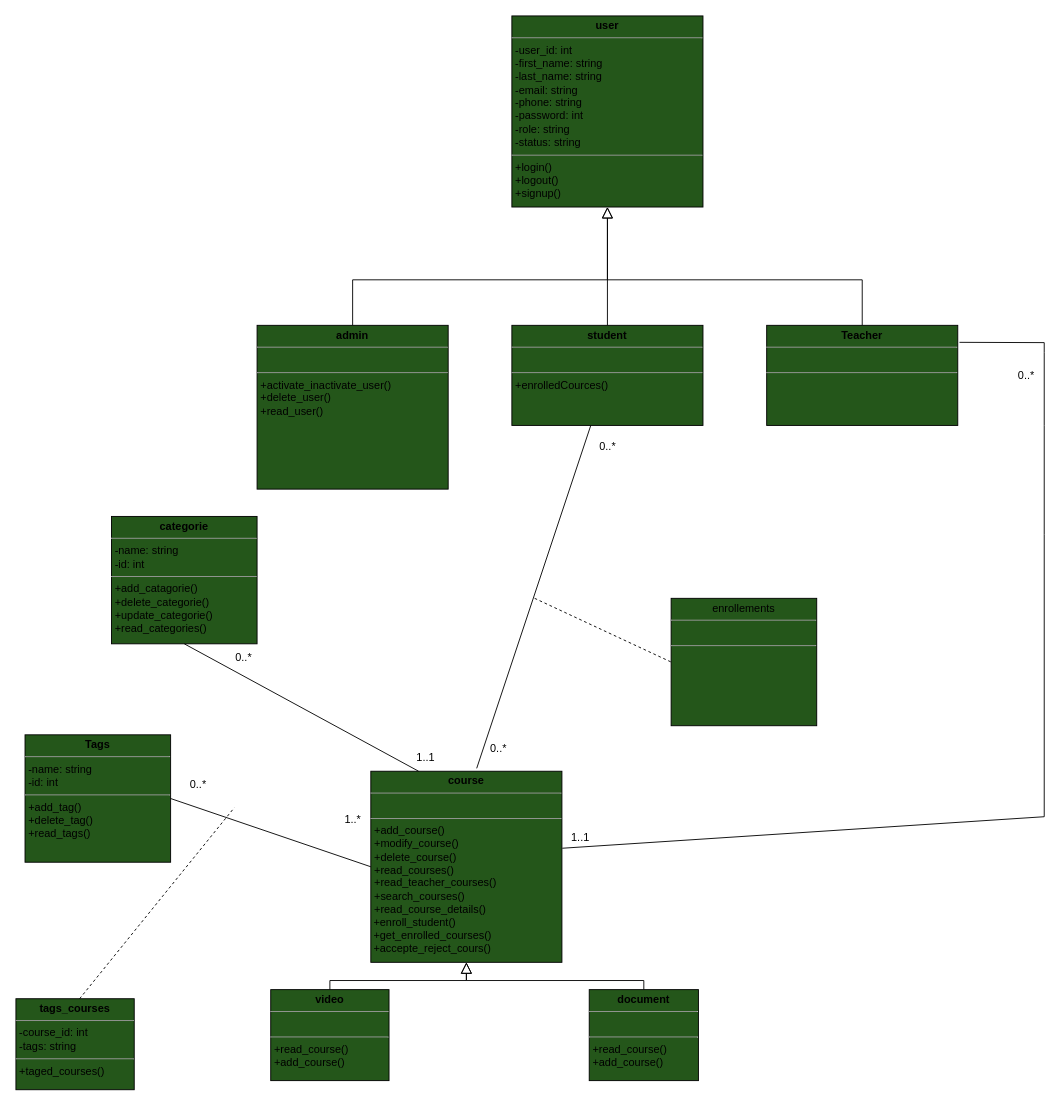
Abderrahman-Ahouari/brief-crois-e-2-Plateforme-de-Cours-en-Ligne-Youdemy keeps this draw.io diagram as UML/diagramme_de_classe.drawio. Above is the earlier version. Source tidied: cells renumbered, new cells numbered last; positions are measured from the earlier drawing's top-left corner, leaving out a move shared by most shapes. Both pictures are drawn from the tidied source at 91%, with x=0, y=0 at pixel (15, 15).
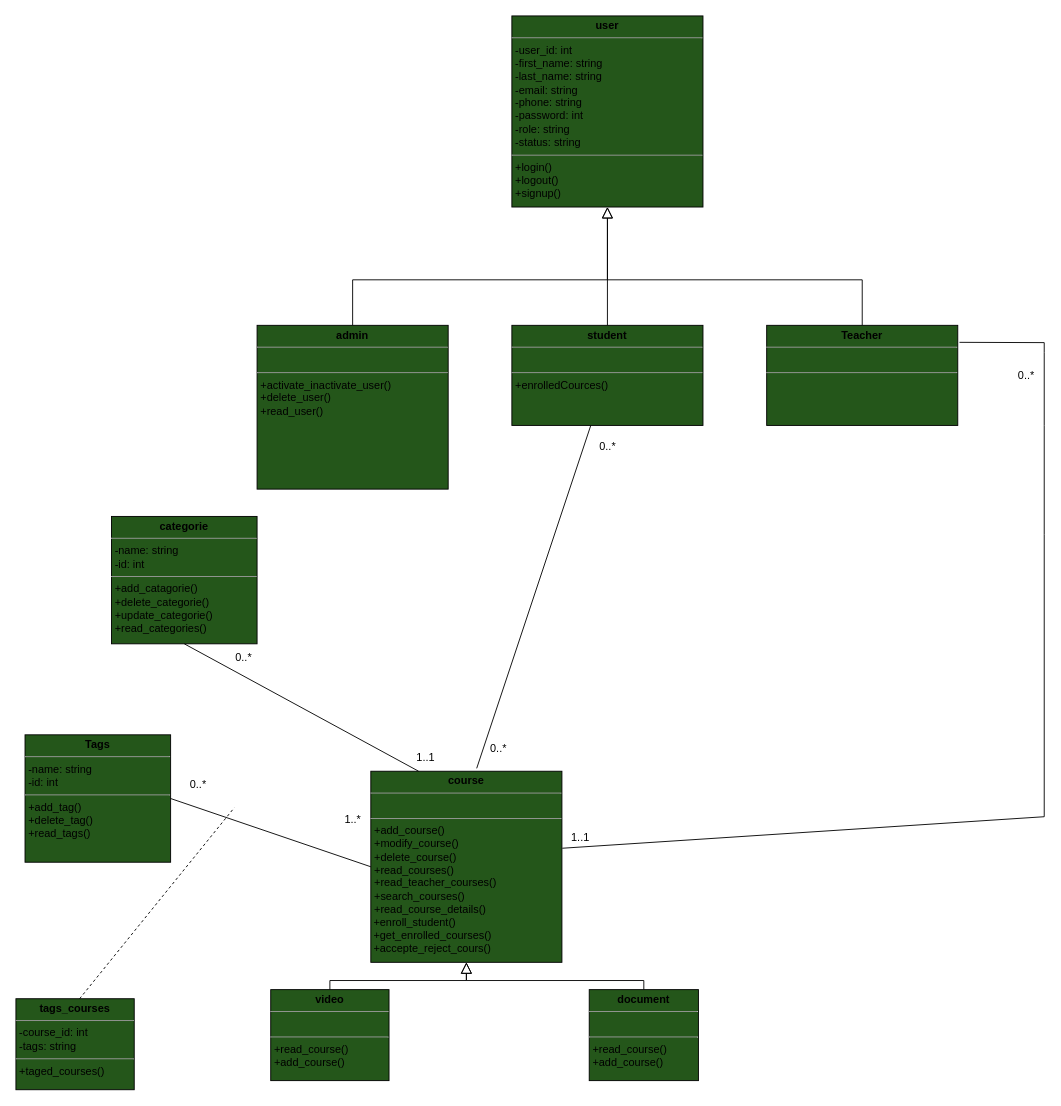
The same page after the edit.

Change to the diagram source:
```diff
@@
-    <mxCell id="22" value="&lt;p style=&quot;margin:0px;margin-top:4px;text-align:center;&quot;&gt;enrollements&lt;/p&gt;&lt;hr size=&quot;1&quot;&gt;&lt;p style=&quot;margin:0px;margin-left:4px;&quot;&gt;&lt;br&gt;&lt;/p&gt;&lt;hr size=&quot;1&quot;&gt;&lt;p style=&quot;margin:0px;margin-left:4px;&quot;&gt;&lt;br&gt;&lt;/p&gt;&lt;p style=&quot;margin: 0px 0px 0px 4px;&quot;&gt;&lt;br&gt;&lt;/p&gt;" style="verticalAlign=top;align=left;overflow=fill;fontSize=12;fontFamily=Helvetica;html=1;fillColor=#24561A;" parent="1" vertex="1">
-      <mxGeometry x="720" y="640" width="160" height="140" as="geometry" />
-    </mxCell>
-    <mxCell id="23" style="endArrow=none;dashed=1;html=1;rounded=0;entryX=0;entryY=0.5;entryDx=0;entryDy=0;" parent="1" edge="1" target="22">
-      <mxGeometry relative="1" as="geometry">
-        <mxPoint x="570" y="640" as="sourcePoint" />
-      </mxGeometry>
-    </mxCell>
```
